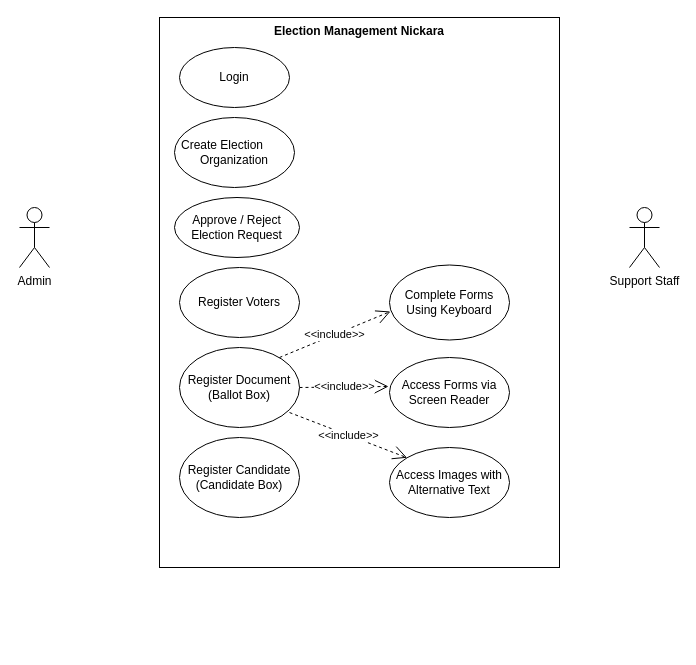
Above: usecase/admin-usecase.drawio in Farimah84/System-Analysis (draw.io), before the change. Source tidied: cells renumbered, new cells numbered last; positions are measured from the earlier drawing's top-left corner, leaving out a move shared by most shapes. Both pictures are drawn from the tidied source at 100%, with x=0, y=0 at pixel (19, 17).
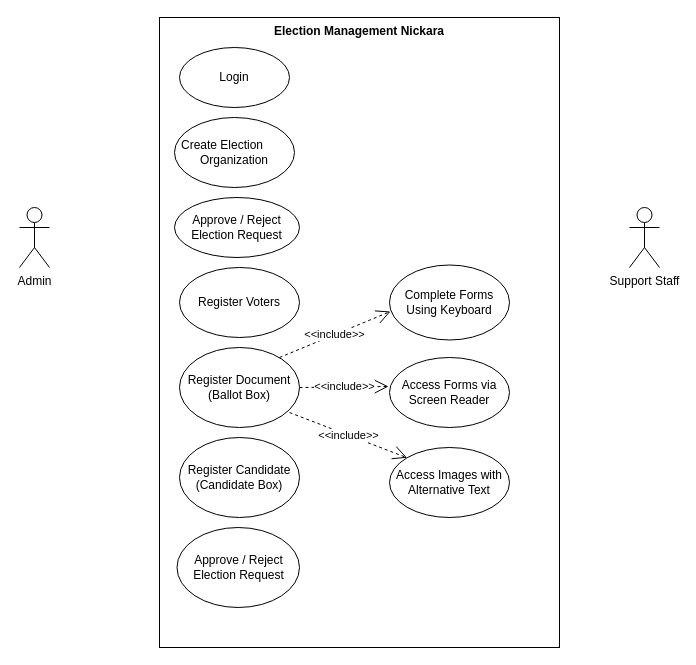
After the change.

What changed in the source:
```diff
@@
 <mxGraphModel>
   <root>
     <mxCell id="0" />
     <mxCell id="1" parent="0" />
     <mxCell id="2" value="&lt;b&gt;Election Management Nickara&lt;/b&gt;" style="html=1;whiteSpace=wrap;verticalAlign=top;" parent="1" vertex="1">
-      <mxGeometry x="140" width="400" height="550" as="geometry" />
+      <mxGeometry x="140" width="400" height="630" as="geometry" />
     </mxCell>
     <mxCell id="3" value="Admin" style="shape=umlActor;verticalLabelPosition=bottom;verticalAlign=top;html=1;" parent="1" vertex="1">
       <mxGeometry y="190" width="30" height="60" as="geometry" />
     </mxCell>
     <mxCell id="4" value="Support Staff" style="shape=umlActor;verticalLabelPosition=bottom;verticalAlign=top;html=1;" parent="1" vertex="1">
       <mxGeometry x="610" y="190" width="30" height="60" as="geometry" />
     </mxCell>
     <mxCell id="5" value="Login" style="ellipse;whiteSpace=wrap;html=1;" parent="1" vertex="1">
       <mxGeometry x="160" y="30" width="110" height="60" as="geometry" />
     </mxCell>
     <mxCell id="6" value="&lt;p class=&quot;MsoListParagraph&quot; style=&quot;text-indent: -18pt;&quot;&gt;Create Election Organization&lt;/p&gt;" style="ellipse;whiteSpace=wrap;html=1;align=center;" parent="1" vertex="1">
       <mxGeometry x="155" y="100" width="120" height="70" as="geometry" />
     </mxCell>
     <mxCell id="7" value="Approve / Reject Election Request" style="ellipse;whiteSpace=wrap;html=1;" parent="1" vertex="1">
       <mxGeometry x="155" y="180" width="125" height="60" as="geometry" />
     </mxCell>
     <mxCell id="8" value="Register Voters" style="ellipse;whiteSpace=wrap;html=1;" parent="1" vertex="1">
       <mxGeometry x="160" y="250" width="120" height="70" as="geometry" />
     </mxCell>
     <mxCell id="9" value="Register Document (Ballot Box)" style="ellipse;whiteSpace=wrap;html=1;" parent="1" vertex="1">
       <mxGeometry x="160" y="330" width="120" height="80" as="geometry" />
     </mxCell>
     <mxCell id="10" value="Register Candidate (Candidate Box)" style="ellipse;whiteSpace=wrap;html=1;" parent="1" vertex="1">
       <mxGeometry x="160" y="420" width="120" height="80" as="geometry" />
     </mxCell>
     <mxCell id="11" value="Complete Forms Using Keyboard " style="ellipse;whiteSpace=wrap;html=1;" parent="1" vertex="1">
       <mxGeometry x="370" y="247.5" width="120" height="75" as="geometry" />
     </mxCell>
     <mxCell id="12" value="Access Forms via Screen Reader" style="ellipse;whiteSpace=wrap;html=1;" parent="1" vertex="1">
       <mxGeometry x="370" y="340" width="120" height="70" as="geometry" />
     </mxCell>
     <mxCell id="13" value="Access Images with Alternative Text" style="ellipse;whiteSpace=wrap;html=1;" parent="1" vertex="1">
       <mxGeometry x="370" y="430" width="120" height="70" as="geometry" />
     </mxCell>
     <mxCell id="14" value="&amp;lt;&amp;lt;include&amp;gt;&amp;gt;" style="endArrow=open;endSize=12;dashed=1;html=1;rounded=0;entryX=0.008;entryY=0.62;entryDx=0;entryDy=0;entryPerimeter=0;" parent="1" edge="1" target="11">
       <mxGeometry relative="1" as="geometry">
         <mxPoint x="260" y="340" as="sourcePoint" />
       </mxGeometry>
     </mxCell>
     <mxCell id="15" value="&amp;lt;&amp;lt;include&amp;gt;&amp;gt;" style="endArrow=open;endSize=12;dashed=1;html=1;rounded=0;exitX=1;exitY=0.5;exitDx=0;exitDy=0;entryX=-0.008;entryY=0.414;entryDx=0;entryDy=0;entryPerimeter=0;" parent="1" edge="1" source="9" target="12">
       <mxGeometry relative="1" as="geometry" />
     </mxCell>
     <mxCell id="16" value="&amp;lt;&amp;lt;include&amp;gt;&amp;gt;" style="endArrow=open;endSize=12;dashed=1;html=1;rounded=0;exitX=0.917;exitY=0.813;exitDx=0;exitDy=0;exitPerimeter=0;entryX=0;entryY=0;entryDx=0;entryDy=0;" parent="1" edge="1" source="9" target="13">
       <mxGeometry relative="1" as="geometry" />
     </mxCell>
+    <mxCell id="17" value="Approve / Reject Election Request" style="ellipse;whiteSpace=wrap;html=1;" parent="1" vertex="1">
+      <mxGeometry x="157.5" y="510" width="122.5" height="80" as="geometry" />
+    </mxCell>
   </root>
 </mxGraphModel>
```
